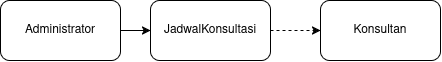
Earlier version of the draw.io export docs/M4/assets/diagram/UC-05_diagram.png (sbxte/IF2150-RPL-K01-G04). Source tidied: cells renumbered, new cells last; positions are measured from the earlier drawing's top-left corner, leaving out a move shared by most shapes.
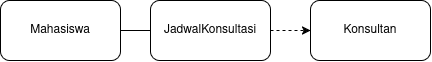
The same diagram one commit later.

What changed in the source:
```diff
@@ -2,20 +2,20 @@
   <root>
     <mxCell id="0" />
     <mxCell id="1" parent="0" />
-    <mxCell id="2" value="Administrator" style="rounded=1;whiteSpace=wrap;html=1;" parent="1" vertex="1">
-      <mxGeometry width="120" height="60" as="geometry" />
-    </mxCell>
+    <mxCell id="7" value="Mahasiswa" style="rounded=1;whiteSpace=wrap;html=1;" parent="1" vertex="1">
+      <mxGeometry x="-100" y="10" width="120" height="60" as="geometry" />
+    </mxCell>
+    <mxCell id="4" value="JadwalKonsultasi" style="rounded=1;whiteSpace=wrap;html=1;" parent="1" vertex="1">
+      <mxGeometry x="50" y="10" width="120" height="60" as="geometry" />
+    </mxCell>
+    <mxCell id="6" style="html=1;labelBackgroundColor=#ffffff;startArrow=none;startFill=0;startSize=6;endArrow=classic;endFill=1;endSize=6;jettySize=auto;strokeWidth=1;dashed=1;fontSize=14;rounded=0;exitX=1;exitY=0.5;exitDx=0;exitDy=0;" parent="1" edge="1" source="4" target="3">
+      <mxGeometry relative="1" as="geometry" />
+    </mxCell>
-    <mxCell id="3" value="Konsultan" style="rounded=1;whiteSpace=wrap;html=1;" parent="1" vertex="1">
-      <mxGeometry x="320" width="120" height="60" as="geometry" />
+    <mxCell id="3" value="&lt;div&gt;Konsultan&lt;/div&gt;" style="rounded=1;whiteSpace=wrap;html=1;" parent="1" vertex="1">
+      <mxGeometry x="210" y="10" width="120" height="60" as="geometry" />
     </mxCell>
-    <mxCell id="4" value="JadwalKonsultasi" style="rounded=1;whiteSpace=wrap;html=1;" parent="1" vertex="1">
-      <mxGeometry x="150" width="120" height="60" as="geometry" />
-    </mxCell>
-    <mxCell id="5" style="endArrow=classic;html=1;rounded=0;exitX=1;exitY=0.5;exitDx=0;exitDy=0;entryX=0;entryY=0.5;entryDx=0;entryDy=0;" parent="1" edge="1" source="2" target="4">
-      <mxGeometry relative="1" as="geometry" />
-    </mxCell>
-    <mxCell id="6" style="html=1;labelBackgroundColor=#ffffff;startArrow=none;startFill=0;startSize=6;endArrow=classic;endFill=1;endSize=6;jettySize=auto;strokeWidth=1;dashed=1;fontSize=14;rounded=0;entryX=0;entryY=0.5;entryDx=0;entryDy=0;exitX=1;exitY=0.5;exitDx=0;exitDy=0;" parent="1" edge="1" source="4" target="3">
-      <mxGeometry relative="1" as="geometry" />
-    </mxCell>
+    <mxCell id="8" style="endArrow=none;html=1;rounded=0;exitX=1;exitY=0.5;exitDx=0;exitDy=0;entryX=0;entryY=0.5;entryDx=0;entryDy=0;" parent="1" edge="1" source="7" target="4">
+      <mxGeometry relative="1" as="geometry" />
+    </mxCell>
   </root>
 </mxGraphModel>
```
